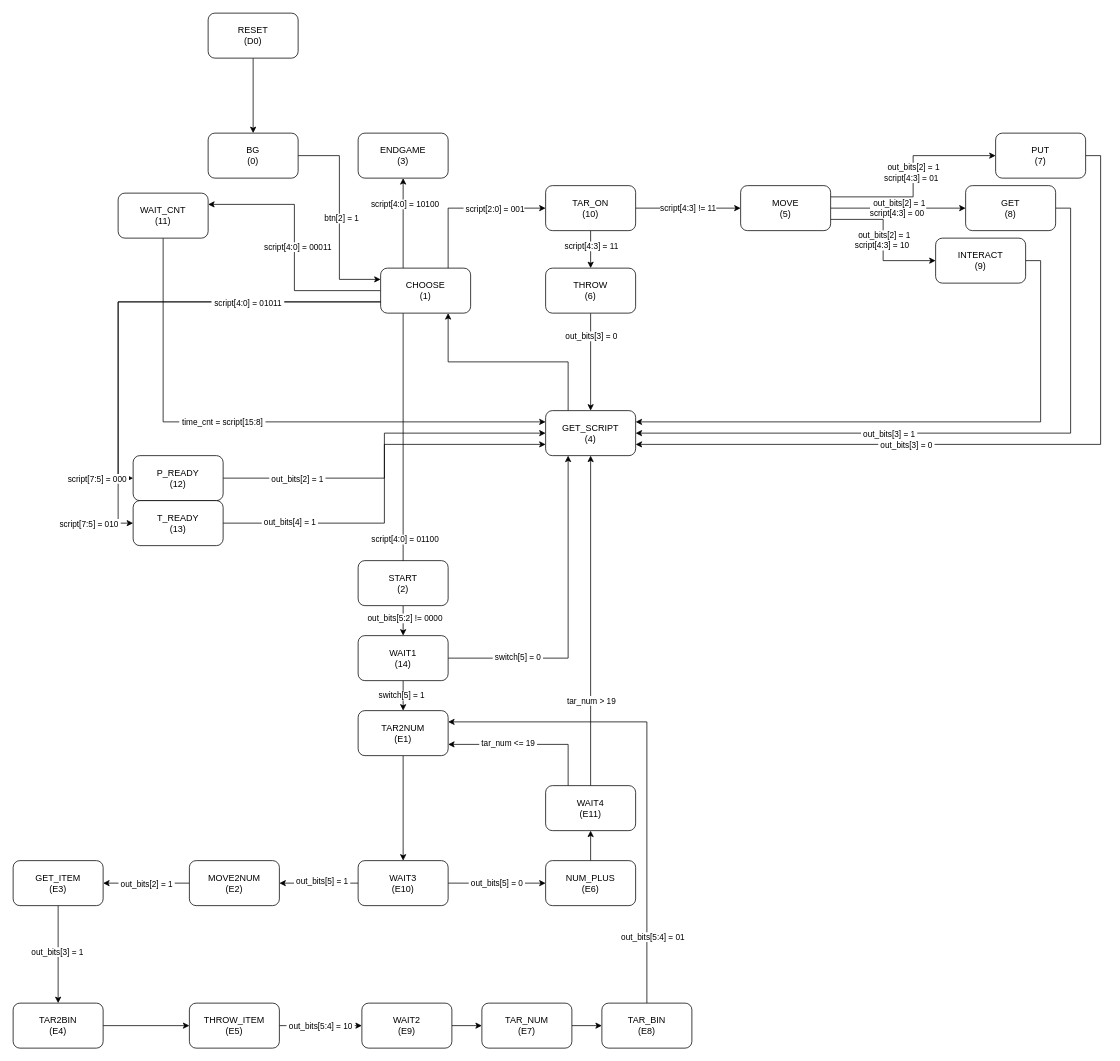
Above: doc/auto.drawio in LunaQu4kez/CS207_23F_Project_GenshinKitchen (draw.io), before the change. Source tidied: cells renumbered, new cells numbered last; positions are measured from the earlier drawing's top-left corner, leaving out a move shared by most shapes. Both pictures are drawn from the tidied source at 75%, with x=0, y=0 at pixel (13, 13).
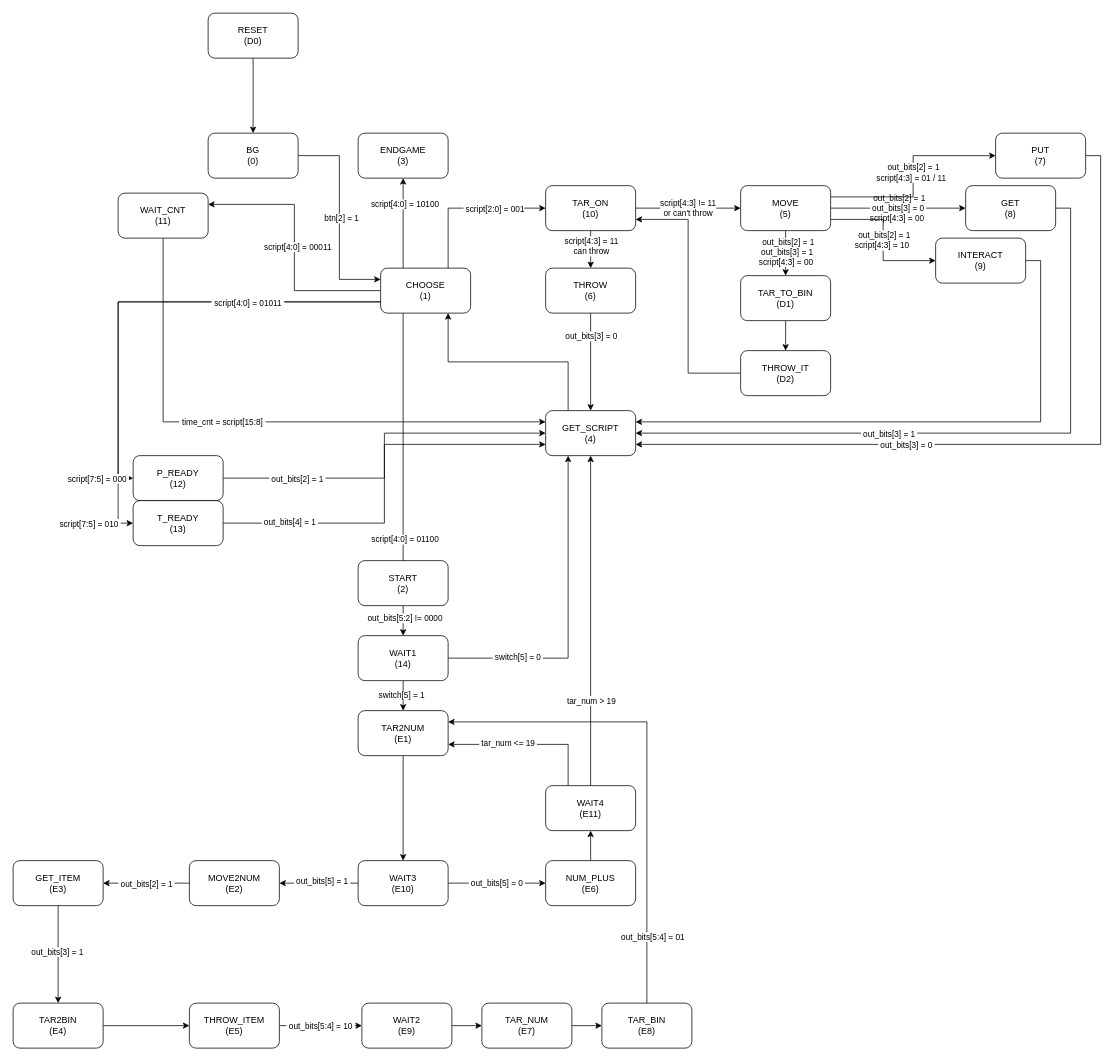
The same page after the edit.

Commit message (it also covers changes not shown here):
Error Script Handling

Unchanged cells that the change refers to:
```xml
<mxCell id="9" style="edgeStyle=orthogonalEdgeStyle;rounded=0;jettySize=auto;html=1;exitX=1;exitY=0.5;exitDx=0;exitDy=0;entryX=0;entryY=0.5;entryDx=0;entryDy=0;" parent="1" edge="1" source="42" target="30">
  <mxGeometry relative="1" as="geometry" />
</mxCell>
<mxCell id="11" style="edgeStyle=orthogonalEdgeStyle;rounded=0;jettySize=auto;html=1;exitX=0.5;exitY=1;exitDx=0;exitDy=0;entryX=0.5;entryY=0;entryDx=0;entryDy=0;" parent="1" edge="1" source="42" target="33">
  <mxGeometry relative="1" as="geometry" />
</mxCell>
<mxCell id="24" style="edgeStyle=orthogonalEdgeStyle;rounded=0;jettySize=auto;html=1;exitX=1;exitY=0.5;exitDx=0;exitDy=0;entryX=0;entryY=0.5;entryDx=0;entryDy=0;" parent="1" edge="1" source="30" target="39">
  <mxGeometry relative="1" as="geometry" />
</mxCell>
<mxCell id="26" style="edgeStyle=orthogonalEdgeStyle;rounded=0;jettySize=auto;html=1;exitX=1;exitY=0.25;exitDx=0;exitDy=0;entryX=0;entryY=0.5;entryDx=0;entryDy=0;" parent="1" edge="1" source="30" target="36">
  <mxGeometry relative="1" as="geometry" />
</mxCell>
<mxCell id="30" value="MOVE&lt;br&gt;(5)" style="rounded=1;whiteSpace=wrap;html=1;" parent="1" vertex="1">
  <mxGeometry x="970" y="230" width="120" height="60" as="geometry" />
</mxCell>
<mxCell id="42" value="TAR_ON&lt;br&gt;(10)" style="rounded=1;whiteSpace=wrap;html=1;" parent="1" vertex="1">
  <mxGeometry x="710" y="230" width="120" height="60" as="geometry" />
</mxCell>
```

Diff of the diagram source:
```diff
@@
-    <mxCell id="10" value="script[4:3] != 11" style="edgeLabel;html=1;align=center;verticalAlign=middle;" parent="9" vertex="1">
+    <mxCell id="10" value="script[4:3] != 11&lt;br&gt;or can't throw" style="edgeLabel;html=1;align=center;verticalAlign=middle;" parent="9" vertex="1">
       <mxGeometry x="-0.01" y="1" relative="1" as="geometry" />
     </mxCell>
@@
-    <mxCell id="12" value="script[4:3] = 11" style="edgeLabel;html=1;align=center;verticalAlign=middle;" parent="11" vertex="1">
+    <mxCell id="12" value="script[4:3] = 11&lt;br&gt;can throw" style="edgeLabel;html=1;align=center;verticalAlign=middle;" parent="11" vertex="1">
       <mxGeometry x="0.01" y="1" relative="1" as="geometry">
         <mxPoint x="-1" y="-5" as="offset" />
       </mxGeometry>
     </mxCell>
@@
-    <mxCell id="25" value="&amp;nbsp;out_bits[2] = 1&lt;br&gt;script[4:3] = 00&amp;nbsp;" style="edgeLabel;html=1;align=center;verticalAlign=middle;" parent="24" vertex="1">
+    <mxCell id="25" value="&amp;nbsp;out_bits[2] = 1&lt;br&gt;out_bits[3] = 0&lt;br&gt;script[4:3] = 00&amp;nbsp;" style="edgeLabel;html=1;align=center;verticalAlign=middle;" parent="24" vertex="1">
       <mxGeometry x="-0.01" y="1" relative="1" as="geometry" />
     </mxCell>
@@
-    <mxCell id="27" value="&amp;nbsp;out_bits[2] = 1&lt;br style=&quot;border-color: var(--border-color);&quot;&gt;script[4:3] = 01&amp;nbsp;" style="edgeLabel;html=1;align=center;verticalAlign=middle;" parent="26" vertex="1">
+    <mxCell id="27" value="&amp;nbsp;out_bits[2] = 1&lt;br style=&quot;border-color: var(--border-color);&quot;&gt;script[4:3] = 01 / 11&amp;nbsp;" style="edgeLabel;html=1;align=center;verticalAlign=middle;" parent="26" vertex="1">
       <mxGeometry x="0.04" y="2" relative="1" as="geometry" />
     </mxCell>
@@
+    <mxCell id="96" style="edgeStyle=orthogonalEdgeStyle;rounded=0;jettySize=auto;html=1;exitX=0.5;exitY=1;exitDx=0;exitDy=0;entryX=0.5;entryY=0;entryDx=0;entryDy=0;" parent="1" edge="1" source="30" target="99">
+      <mxGeometry relative="1" as="geometry" />
+    </mxCell>
+    <mxCell id="97" value="&amp;nbsp;out_bits[2] = 1&lt;br&gt;out_bits[3] = 1&lt;br style=&quot;border-color: var(--border-color);&quot;&gt;script[4:3] = 00&amp;nbsp;" style="edgeLabel;html=1;align=center;verticalAlign=middle;" parent="96" vertex="1">
+      <mxGeometry x="-0.07" y="1" relative="1" as="geometry" />
+    </mxCell>
@@
+    <mxCell id="98" style="edgeStyle=orthogonalEdgeStyle;rounded=0;jettySize=auto;html=1;exitX=0.5;exitY=1;exitDx=0;exitDy=0;entryX=0.5;entryY=0;entryDx=0;entryDy=0;" parent="1" edge="1" source="99" target="101">
+      <mxGeometry relative="1" as="geometry" />
+    </mxCell>
+    <mxCell id="99" value="TAR_TO_BIN&lt;br&gt;(D1)" style="rounded=1;whiteSpace=wrap;html=1;" parent="1" vertex="1">
+      <mxGeometry x="970" y="350" width="120" height="60" as="geometry" />
+    </mxCell>
+    <mxCell id="100" style="edgeStyle=orthogonalEdgeStyle;rounded=0;jettySize=auto;html=1;exitX=0;exitY=0.5;exitDx=0;exitDy=0;entryX=1;entryY=0.75;entryDx=0;entryDy=0;" parent="1" edge="1" source="101" target="42">
+      <mxGeometry relative="1" as="geometry" />
+    </mxCell>
+    <mxCell id="101" value="THROW_IT&lt;br&gt;(D2)" style="rounded=1;whiteSpace=wrap;html=1;" parent="1" vertex="1">
+      <mxGeometry x="970" y="450" width="120" height="60" as="geometry" />
+    </mxCell>
```
